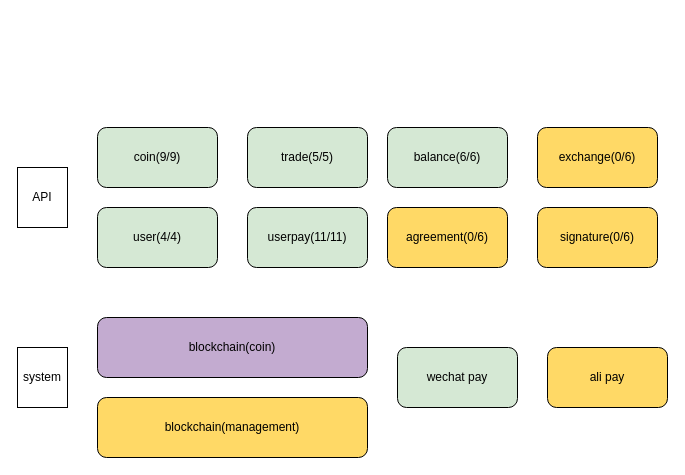
frankyzf/drawio keeps this draw.io diagram as youchuan_diagram.drawio. Above is the earlier version. Source tidied: cells renumbered, new cells numbered last; positions are measured from the earlier drawing's top-left corner, leaving out a move shared by most shapes. Both pictures are drawn from the tidied source at 100%, with x=0, y=0 at pixel (17, 127).
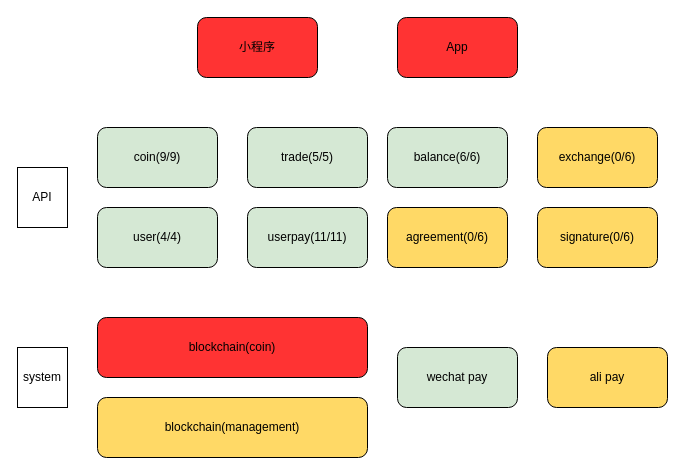
The same page after the edit.

Diff of the diagram source:
```diff
@@
 <mxGraphModel>
   <root>
     <mxCell id="0" />
     <mxCell id="1" parent="0" />
     <mxCell id="2" style="group;" parent="1" vertex="1">
       <mxGeometry width="650" height="330" as="geometry" />
     </mxCell>
     <mxCell id="3" value="coin(9/9)" style="rounded=1;whiteSpace=wrap;html=1;fillColor=#D5E8D4;" parent="2" vertex="1">
       <mxGeometry x="80" width="120" height="60" as="geometry" />
     </mxCell>
     <mxCell id="4" value="user(4/4)" style="rounded=1;whiteSpace=wrap;html=1;fillColor=#D5E8D4;" parent="2" vertex="1">
       <mxGeometry x="80" y="80" width="120" height="60" as="geometry" />
     </mxCell>
     <mxCell id="5" value="API" style="rounded=0;whiteSpace=wrap;html=1;" parent="2" vertex="1">
       <mxGeometry y="40" width="50" height="60" as="geometry" />
     </mxCell>
     <mxCell id="6" value="trade(5/5)" style="rounded=1;whiteSpace=wrap;html=1;fillColor=#D5E8D4;" parent="2" vertex="1">
       <mxGeometry x="230" width="120" height="60" as="geometry" />
     </mxCell>
     <mxCell id="7" value="balance(6/6)" style="rounded=1;whiteSpace=wrap;html=1;fillColor=#D5E8D4;" parent="2" vertex="1">
       <mxGeometry x="370" width="120" height="60" as="geometry" />
     </mxCell>
     <mxCell id="8" value="agreement(0/6)" style="rounded=1;whiteSpace=wrap;html=1;fillColor=#FFD966;" parent="2" vertex="1">
       <mxGeometry x="370" y="80" width="120" height="60" as="geometry" />
     </mxCell>
     <mxCell id="9" value="userpay(11/11)" style="rounded=1;whiteSpace=wrap;html=1;fillColor=#D5E8D4;" parent="2" vertex="1">
       <mxGeometry x="230" y="80" width="120" height="60" as="geometry" />
     </mxCell>
     <mxCell id="10" value="exchange(0/6)" style="rounded=1;whiteSpace=wrap;html=1;fillColor=#FFD966;" parent="2" vertex="1">
       <mxGeometry x="520" width="120" height="60" as="geometry" />
     </mxCell>
     <mxCell id="11" value="signature(0/6)" style="rounded=1;whiteSpace=wrap;html=1;fillColor=#FFD966;" parent="2" vertex="1">
       <mxGeometry x="520" y="80" width="120" height="60" as="geometry" />
     </mxCell>
     <mxCell id="12" value="wechat pay" style="rounded=1;whiteSpace=wrap;html=1;fillColor=#D5E8D4;" parent="2" vertex="1">
       <mxGeometry x="380" y="220" width="120" height="60" as="geometry" />
     </mxCell>
     <mxCell id="13" value="ali pay" style="rounded=1;whiteSpace=wrap;html=1;fillColor=#FFD966;" parent="2" vertex="1">
       <mxGeometry x="530" y="220" width="120" height="60" as="geometry" />
     </mxCell>
-    <mxCell id="14" value="blockchain(coin)" style="rounded=1;whiteSpace=wrap;html=1;fillColor=#C3ABD0;" parent="2" vertex="1">
+    <mxCell id="14" value="blockchain(coin)" style="rounded=1;whiteSpace=wrap;html=1;fillColor=#FF3333;" parent="2" vertex="1">
       <mxGeometry x="80" y="190" width="270" height="60" as="geometry" />
     </mxCell>
     <mxCell id="15" value="blockchain(management)" style="rounded=1;whiteSpace=wrap;html=1;fillColor=#FFD966;" parent="2" vertex="1">
       <mxGeometry x="80" y="270" width="270" height="60" as="geometry" />
     </mxCell>
     <mxCell id="16" value="system" style="rounded=0;whiteSpace=wrap;html=1;" parent="2" vertex="1">
       <mxGeometry y="220" width="50" height="60" as="geometry" />
     </mxCell>
+    <mxCell id="17" value="App" style="rounded=1;whiteSpace=wrap;html=1;fillColor=#FF3333;" parent="1" vertex="1">
+      <mxGeometry x="380" y="-110" width="120" height="60" as="geometry" />
+    </mxCell>
+    <mxCell id="18" value="小程序" style="rounded=1;whiteSpace=wrap;html=1;fillColor=#FF3333;" parent="1" vertex="1">
+      <mxGeometry x="180" y="-110" width="120" height="60" as="geometry" />
+    </mxCell>
   </root>
 </mxGraphModel>
```
